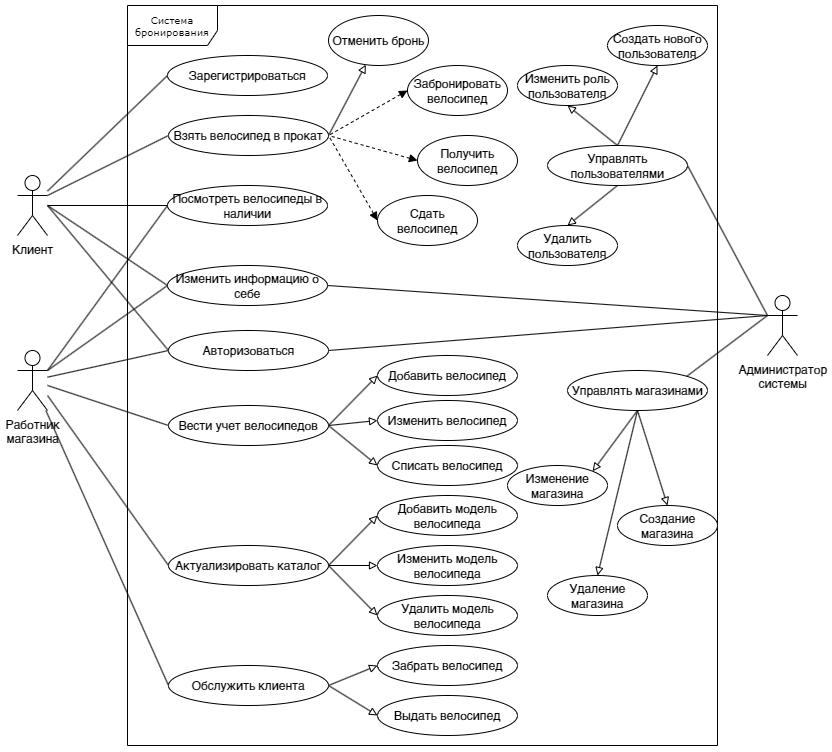
GeorgeAlwaysWin/BikeRent keeps this draw.io diagram as img/Диаграммы проката велосипедов-Диаграмма сценариев использования.drawio.png. Above is the earlier version. Source tidied: cells renumbered, new cells last; positions are measured from the earlier drawing's top-left corner, leaving out a move shared by most shapes.
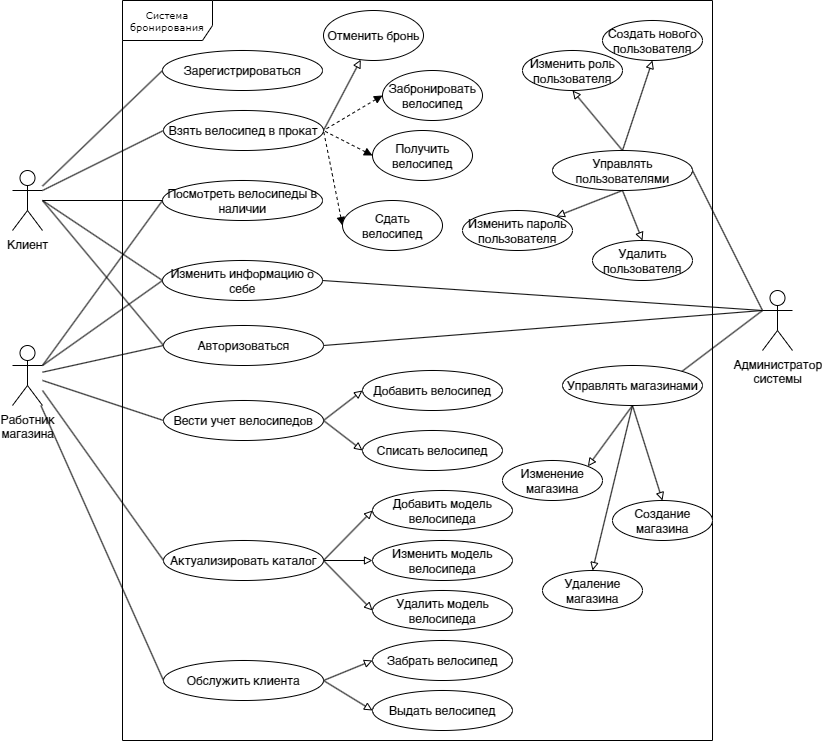
After the change.

What changed in the source:
```diff
@@ -44,7 +44,7 @@
       <mxGeometry x="590" y="20" width="100" height="40" as="geometry" />
     </mxCell>
     <mxCell id="15" value="Изменить роль пользователя" style="ellipse;whiteSpace=wrap;html=1;" parent="1" vertex="1">
-      <mxGeometry x="500" y="60" width="100" height="40" as="geometry" />
+      <mxGeometry x="510" y="50" width="100" height="40" as="geometry" />
     </mxCell>
     <mxCell id="16" style="edgeStyle=none;shape=connector;rounded=0;jettySize=auto;html=1;exitX=1;exitY=0.5;exitDx=0;exitDy=0;strokeColor=default;align=center;verticalAlign=middle;fontFamily=Helvetica;fontSize=16;fontColor=default;labelBackgroundColor=default;startFill=0;endArrow=block;endFill=0;" parent="1" edge="1" source="17" target="64">
       <mxGeometry relative="1" as="geometry" />
@@ -65,7 +65,7 @@
       <mxGeometry x="151" y="660" width="160" height="40" as="geometry" />
     </mxCell>
     <mxCell id="22" value="Удалить пользователя" style="ellipse;whiteSpace=wrap;html=1;" parent="1" vertex="1">
-      <mxGeometry x="500" y="220" width="100" height="40" as="geometry" />
+      <mxGeometry x="580" y="240" width="100" height="40" as="geometry" />
     </mxCell>
     <mxCell id="23" value="Забрать велосипед" style="ellipse;whiteSpace=wrap;html=1;" parent="1" vertex="1">
       <mxGeometry x="360" y="640" width="140" height="40" as="geometry" />
@@ -82,13 +82,13 @@
       <mxGeometry relative="1" as="geometry" />
     </mxCell>
     <mxCell id="27" value="Получить велосипед" style="ellipse;whiteSpace=wrap;html=1;" parent="1" vertex="1">
-      <mxGeometry x="400" y="130" width="100" height="50" as="geometry" />
+      <mxGeometry x="360" y="130" width="100" height="50" as="geometry" />
     </mxCell>
     <mxCell id="28" style="edgeStyle=none;shape=connector;rounded=0;jettySize=auto;html=1;exitX=0;exitY=0.5;exitDx=0;exitDy=0;entryX=1;entryY=0.5;entryDx=0;entryDy=0;strokeColor=default;align=center;verticalAlign=middle;fontFamily=Helvetica;fontSize=12;fontColor=default;labelBackgroundColor=default;startFill=1;endArrow=none;dashed=1;startArrow=block;endFill=1;" parent="1" edge="1" source="29" target="17">
       <mxGeometry relative="1" as="geometry" />
     </mxCell>
     <mxCell id="29" value="Сдать велосипед" style="ellipse;whiteSpace=wrap;html=1;" parent="1" vertex="1">
-      <mxGeometry x="360" y="190" width="100" height="50" as="geometry" />
+      <mxGeometry x="330" y="200" width="100" height="50" as="geometry" />
     </mxCell>
     <mxCell id="30" style="edgeStyle=none;shape=connector;rounded=0;jettySize=auto;html=1;exitX=0;exitY=0.5;exitDx=0;exitDy=0;strokeColor=default;align=center;verticalAlign=middle;fontFamily=Helvetica;fontSize=12;fontColor=default;labelBackgroundColor=default;startFill=0;endArrow=none;" parent="1" edge="1" source="31">
       <mxGeometry relative="1" as="geometry">
@@ -107,9 +107,6 @@
     <mxCell id="34" style="edgeStyle=none;shape=connector;rounded=0;jettySize=auto;html=1;exitX=1;exitY=0.5;exitDx=0;exitDy=0;entryX=0;entryY=0.5;entryDx=0;entryDy=0;strokeColor=default;align=center;verticalAlign=middle;fontFamily=Helvetica;fontSize=12;fontColor=default;labelBackgroundColor=default;startFill=0;endArrow=block;endFill=0;" parent="1" edge="1" source="36" target="46">
       <mxGeometry relative="1" as="geometry" />
     </mxCell>
-    <mxCell id="35" style="edgeStyle=none;shape=connector;rounded=0;jettySize=auto;html=1;exitX=1;exitY=0.5;exitDx=0;exitDy=0;entryX=0;entryY=0.5;entryDx=0;entryDy=0;strokeColor=default;align=center;verticalAlign=middle;fontFamily=Helvetica;fontSize=16;fontColor=default;labelBackgroundColor=default;startFill=0;endArrow=block;endFill=0;" parent="1" edge="1" source="36" target="66">
-      <mxGeometry relative="1" as="geometry" />
-    </mxCell>
     <mxCell id="36" value="Вести учет велосипедов" style="ellipse;whiteSpace=wrap;html=1;" parent="1" vertex="1">
       <mxGeometry x="151" y="400" width="160" height="40" as="geometry" />
     </mxCell>
@@ -138,10 +135,10 @@
       <mxGeometry x="360" y="690" width="140" height="40" as="geometry" />
     </mxCell>
     <mxCell id="45" value="Добавить велосипед" style="ellipse;whiteSpace=wrap;html=1;" parent="1" vertex="1">
-      <mxGeometry x="360" y="350" width="140" height="40" as="geometry" />
+      <mxGeometry x="350" y="370" width="140" height="40" as="geometry" />
     </mxCell>
     <mxCell id="46" value="Списать велосипед" style="ellipse;whiteSpace=wrap;html=1;" parent="1" vertex="1">
-      <mxGeometry x="360" y="440" width="140" height="40" as="geometry" />
+      <mxGeometry x="350" y="430" width="140" height="40" as="geometry" />
     </mxCell>
     <mxCell id="47" value="Добавить модель велосипеда" style="ellipse;whiteSpace=wrap;html=1;" parent="1" vertex="1">
       <mxGeometry x="360" y="490" width="140" height="40" as="geometry" />
@@ -159,7 +156,7 @@
       <mxGeometry relative="1" as="geometry" />
     </mxCell>
     <mxCell id="52" value="Управлять пользователями" style="ellipse;whiteSpace=wrap;html=1;" parent="1" vertex="1">
-      <mxGeometry x="530" y="140" width="140" height="40" as="geometry" />
+      <mxGeometry x="540" y="150" width="140" height="40" as="geometry" />
     </mxCell>
     <mxCell id="53" style="edgeStyle=none;shape=connector;rounded=0;jettySize=auto;html=1;exitX=1;exitY=0.5;exitDx=0;exitDy=0;entryX=0;entryY=0.3333333333333333;entryDx=0;entryDy=0;entryPerimeter=0;strokeColor=default;align=center;verticalAlign=middle;fontFamily=Helvetica;fontSize=12;fontColor=default;labelBackgroundColor=default;startFill=0;endArrow=none;" parent="1" edge="1" source="25" target="8">
       <mxGeometry relative="1" as="geometry" />
@@ -168,7 +165,7 @@
       <mxGeometry relative="1" as="geometry" />
     </mxCell>
     <mxCell id="55" value="Забронировать велосипед" style="ellipse;whiteSpace=wrap;html=1;" parent="1" vertex="1">
-      <mxGeometry x="390" y="60" width="100" height="50" as="geometry" />
+      <mxGeometry x="370" y="70" width="100" height="50" as="geometry" />
     </mxCell>
     <mxCell id="56" style="edgeStyle=none;shape=connector;rounded=0;jettySize=auto;html=1;exitX=0;exitY=0.5;exitDx=0;exitDy=0;strokeColor=default;align=center;verticalAlign=middle;fontFamily=Helvetica;fontSize=12;fontColor=default;labelBackgroundColor=default;startFill=0;endArrow=none;" parent="1" edge="1" source="60">
       <mxGeometry relative="1" as="geometry">
@@ -202,8 +199,11 @@
     <mxCell id="65" value="Изменить модель велосипеда" style="ellipse;whiteSpace=wrap;html=1;" parent="1" vertex="1">
       <mxGeometry x="360" y="540" width="140" height="40" as="geometry" />
     </mxCell>
-    <mxCell id="66" value="Изменить велосипед" style="ellipse;whiteSpace=wrap;html=1;" parent="1" vertex="1">
-      <mxGeometry x="360" y="395" width="140" height="40" as="geometry" />
-    </mxCell>
+    <mxCell id="67" value="Изменить пароль пользователя" style="ellipse;whiteSpace=wrap;html=1;" parent="1" vertex="1">
+      <mxGeometry x="450" y="210" width="110" height="40" as="geometry" />
+    </mxCell>
+    <mxCell id="68" style="edgeStyle=none;shape=connector;rounded=0;jettySize=auto;html=1;exitX=0.5;exitY=1;exitDx=0;exitDy=0;entryX=1;entryY=0;entryDx=0;entryDy=0;strokeColor=default;align=center;verticalAlign=middle;fontFamily=Helvetica;fontSize=12;fontColor=default;labelBackgroundColor=default;startFill=0;endArrow=block;endFill=0;" parent="1" edge="1" source="52" target="67">
+      <mxGeometry relative="1" as="geometry" />
+    </mxCell>
   </root>
 </mxGraphModel>
```
